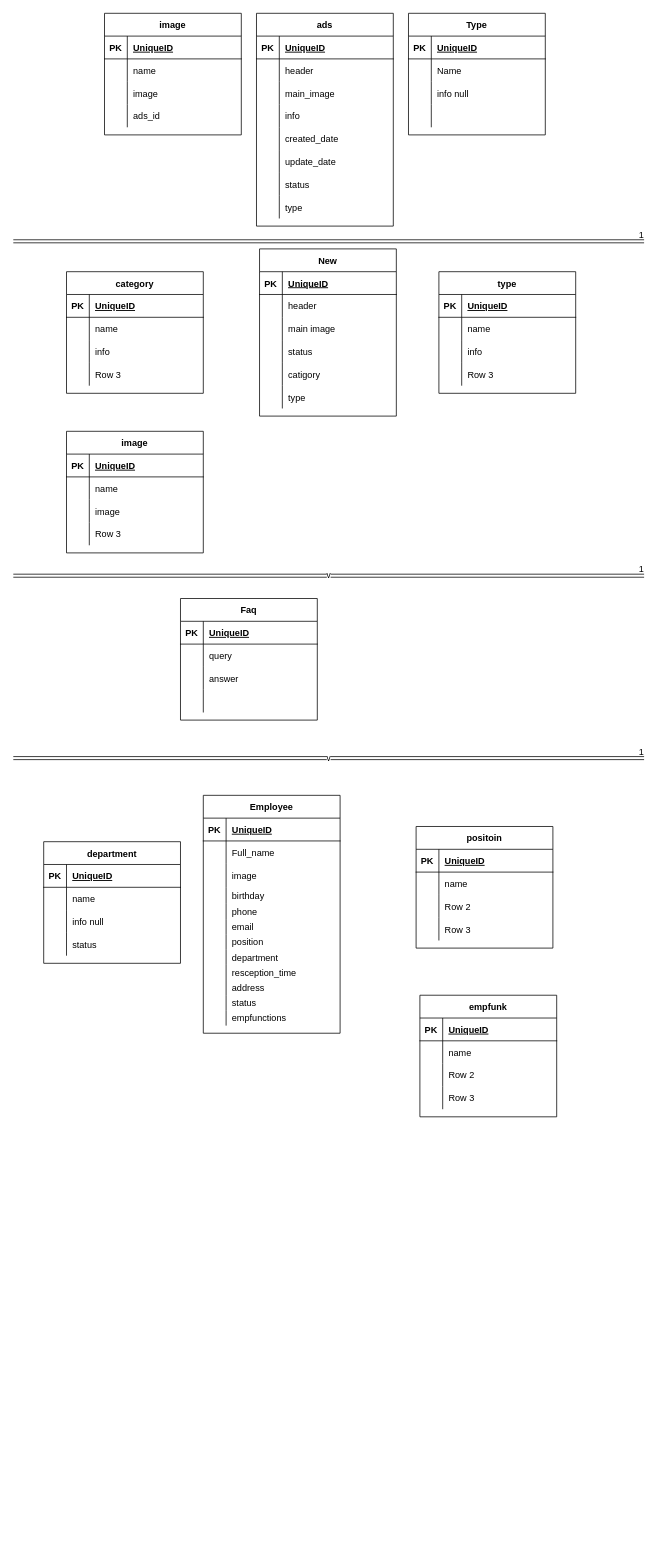
Above: page "aero" (4 of 4) of Untitled Diagram.drawio in Ramizddin/Games (draw.io), before the change. Source tidied: cells renumbered, new cells numbered last; positions are measured from the earlier drawing's top-left corner, leaving out a move shared by most shapes. Both pictures are drawn from the tidied source at 76%, with x=0, y=0 at pixel (13, 13).
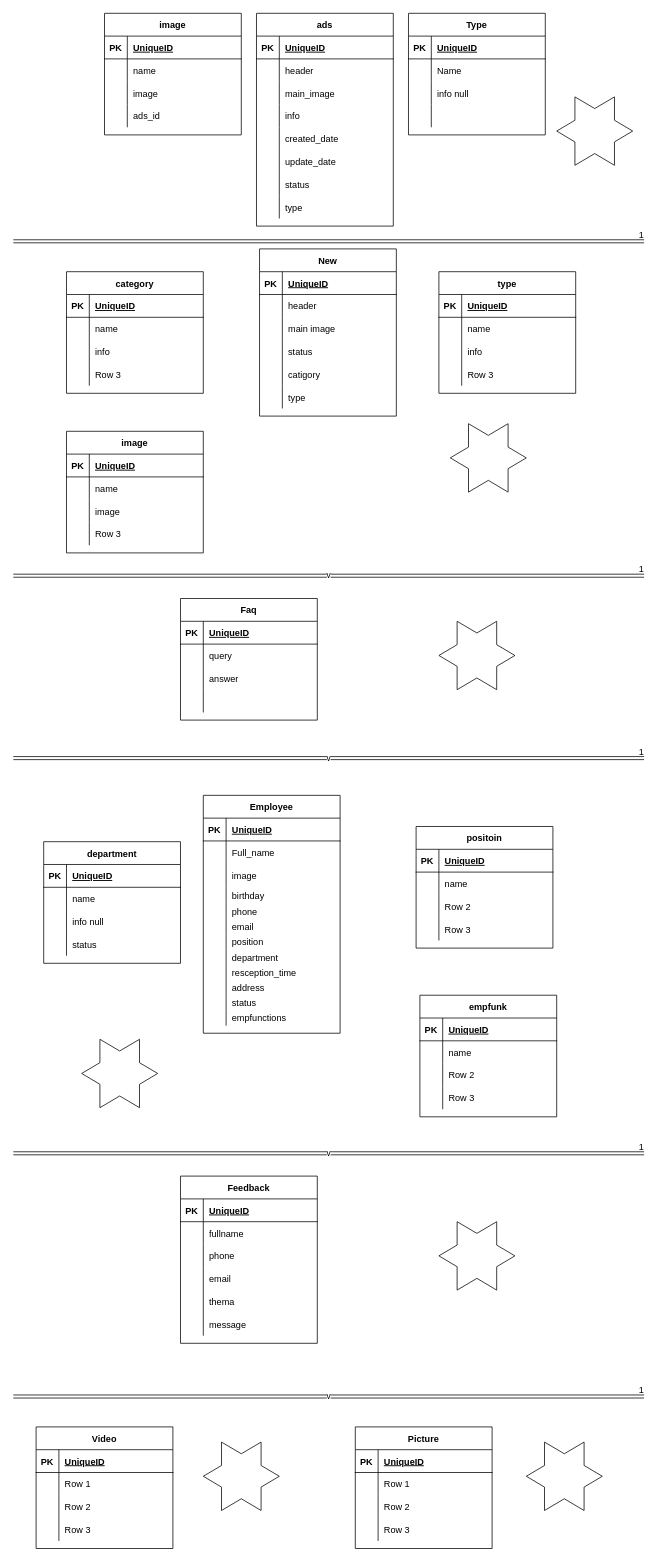
Above is the later version.

What changed in the source:
```diff
@@
+    <mxCell id="206" style="verticalLabelPosition=bottom;verticalAlign=top;html=1;shape=mxgraph.basic.6_point_star;" parent="1" vertex="1">
+      <mxGeometry x="715" y="110" width="100" height="90" as="geometry" />
+    </mxCell>
+    <mxCell id="207" style="verticalLabelPosition=bottom;verticalAlign=top;html=1;shape=mxgraph.basic.6_point_star;" parent="1" vertex="1">
+      <mxGeometry x="575" y="540" width="100" height="90" as="geometry" />
+    </mxCell>
+    <mxCell id="208" style="verticalLabelPosition=bottom;verticalAlign=top;html=1;shape=mxgraph.basic.6_point_star;" parent="1" vertex="1">
+      <mxGeometry x="560" y="800" width="100" height="90" as="geometry" />
+    </mxCell>
+    <mxCell id="209" value="Feedback" style="shape=table;startSize=30;childLayout=tableLayout;rowLines=0;fontStyle=1;align=center;" parent="1" vertex="1">
+      <mxGeometry x="220" y="1530" width="180" height="220" as="geometry" />
+    </mxCell>
+    <mxCell id="210" style="shape=tableRow;horizontal=0;startSize=0;swimlaneHead=0;swimlaneBody=0;fillColor=none;top=0;left=0;right=0;bottom=1;" parent="209" vertex="1">
+      <mxGeometry y="30" width="180" height="30" as="geometry" />
+    </mxCell>
+    <mxCell id="211" value="PK" style="shape=partialRectangle;fillColor=none;top=0;left=0;bottom=0;right=0;fontStyle=1;overflow=hidden;" parent="210" vertex="1">
+      <mxGeometry width="30" height="30" as="geometry" />
+    </mxCell>
+    <mxCell id="212" value="UniqueID" style="shape=partialRectangle;fillColor=none;top=0;left=0;bottom=0;right=0;align=left;spacingLeft=6;fontStyle=5;overflow=hidden;" parent="210" vertex="1">
+      <mxGeometry x="30" width="150" height="30" as="geometry" />
+    </mxCell>
+    <mxCell id="213" style="shape=tableRow;horizontal=0;startSize=0;swimlaneHead=0;swimlaneBody=0;fillColor=none;top=0;left=0;right=0;bottom=0;" parent="209" vertex="1">
+      <mxGeometry y="60" width="180" height="30" as="geometry" />
+    </mxCell>
+    <mxCell id="214" style="shape=partialRectangle;fillColor=none;top=0;left=0;bottom=0;right=0;overflow=hidden;" parent="213" vertex="1">
+      <mxGeometry width="30" height="30" as="geometry" />
+    </mxCell>
+    <mxCell id="215" value="fullname" style="shape=partialRectangle;fillColor=none;top=0;left=0;bottom=0;right=0;align=left;spacingLeft=6;overflow=hidden;" parent="213" vertex="1">
+      <mxGeometry x="30" width="150" height="30" as="geometry" />
+    </mxCell>
+    <mxCell id="216" style="shape=tableRow;horizontal=0;startSize=0;swimlaneHead=0;swimlaneBody=0;fillColor=none;top=0;left=0;right=0;bottom=0;" parent="209" vertex="1">
+      <mxGeometry y="90" width="180" height="30" as="geometry" />
+    </mxCell>
+    <mxCell id="217" style="shape=partialRectangle;fillColor=none;top=0;left=0;bottom=0;right=0;overflow=hidden;" parent="216" vertex="1">
+      <mxGeometry width="30" height="30" as="geometry" />
+    </mxCell>
+    <mxCell id="218" value="phone" style="shape=partialRectangle;fillColor=none;top=0;left=0;bottom=0;right=0;align=left;spacingLeft=6;overflow=hidden;" parent="216" vertex="1">
+      <mxGeometry x="30" width="150" height="30" as="geometry" />
+    </mxCell>
+    <mxCell id="219" style="shape=tableRow;horizontal=0;startSize=0;swimlaneHead=0;swimlaneBody=0;fillColor=none;top=0;left=0;right=0;bottom=0;" parent="209" vertex="1">
+      <mxGeometry y="120" width="180" height="30" as="geometry" />
+    </mxCell>
+    <mxCell id="220" style="shape=partialRectangle;fillColor=none;top=0;left=0;bottom=0;right=0;overflow=hidden;" parent="219" vertex="1">
+      <mxGeometry width="30" height="30" as="geometry" />
+    </mxCell>
+    <mxCell id="221" value="email" style="shape=partialRectangle;fillColor=none;top=0;left=0;bottom=0;right=0;align=left;spacingLeft=6;overflow=hidden;" parent="219" vertex="1">
+      <mxGeometry x="30" width="150" height="30" as="geometry" />
+    </mxCell>
+    <mxCell id="222" style="shape=tableRow;horizontal=0;startSize=0;swimlaneHead=0;swimlaneBody=0;fillColor=none;top=0;left=0;right=0;bottom=0;" parent="209" vertex="1">
+      <mxGeometry y="150" width="180" height="30" as="geometry" />
+    </mxCell>
+    <mxCell id="223" style="shape=partialRectangle;fillColor=none;top=0;left=0;bottom=0;right=0;overflow=hidden;" parent="222" vertex="1">
+      <mxGeometry width="30" height="30" as="geometry" />
+    </mxCell>
+    <mxCell id="224" value="thema" style="shape=partialRectangle;fillColor=none;top=0;left=0;bottom=0;right=0;align=left;spacingLeft=6;overflow=hidden;" parent="222" vertex="1">
+      <mxGeometry x="30" width="150" height="30" as="geometry" />
+    </mxCell>
+    <mxCell id="225" style="shape=tableRow;horizontal=0;startSize=0;swimlaneHead=0;swimlaneBody=0;fillColor=none;top=0;left=0;right=0;bottom=0;" parent="209" vertex="1">
+      <mxGeometry y="180" width="180" height="30" as="geometry" />
+    </mxCell>
+    <mxCell id="226" style="shape=partialRectangle;fillColor=none;top=0;left=0;bottom=0;right=0;overflow=hidden;" parent="225" vertex="1">
+      <mxGeometry width="30" height="30" as="geometry" />
+    </mxCell>
+    <mxCell id="227" value="message" style="shape=partialRectangle;fillColor=none;top=0;left=0;bottom=0;right=0;align=left;spacingLeft=6;overflow=hidden;" parent="225" vertex="1">
+      <mxGeometry x="30" width="150" height="30" as="geometry" />
+    </mxCell>
+    <mxCell id="228" value="v" style="shape=link;html=1;rounded=0;" parent="1" edge="1">
+      <mxGeometry relative="1" as="geometry">
+        <mxPoint y="1500" as="sourcePoint" />
+        <mxPoint x="830" y="1500" as="targetPoint" />
+      </mxGeometry>
+    </mxCell>
+    <mxCell id="229" value="1" style="html=1;align=right;verticalAlign=bottom;" parent="228" vertex="1">
+      <mxGeometry x="1" relative="1" as="geometry" />
+    </mxCell>
+    <mxCell id="230" style="verticalLabelPosition=bottom;verticalAlign=top;html=1;shape=mxgraph.basic.6_point_star;" parent="1" vertex="1">
+      <mxGeometry x="560" y="1590" width="100" height="90" as="geometry" />
+    </mxCell>
+    <mxCell id="231" value="v" style="shape=link;html=1;rounded=0;" parent="1" edge="1">
+      <mxGeometry relative="1" as="geometry">
+        <mxPoint y="1820" as="sourcePoint" />
+        <mxPoint x="830" y="1820" as="targetPoint" />
+      </mxGeometry>
+    </mxCell>
+    <mxCell id="232" value="1" style="html=1;align=right;verticalAlign=bottom;" parent="231" vertex="1">
+      <mxGeometry x="1" relative="1" as="geometry" />
+    </mxCell>
+    <mxCell id="233" value="Video" style="shape=table;startSize=30;childLayout=tableLayout;rowLines=0;fontStyle=1;align=center;" parent="1" vertex="1">
+      <mxGeometry x="30" y="1860" width="180" height="160" as="geometry" />
+    </mxCell>
+    <mxCell id="234" style="shape=tableRow;horizontal=0;startSize=0;swimlaneHead=0;swimlaneBody=0;fillColor=none;top=0;left=0;right=0;bottom=1;" parent="233" vertex="1">
+      <mxGeometry y="30" width="180" height="30" as="geometry" />
+    </mxCell>
+    <mxCell id="235" value="PK" style="shape=partialRectangle;fillColor=none;top=0;left=0;bottom=0;right=0;fontStyle=1;overflow=hidden;" parent="234" vertex="1">
+      <mxGeometry width="30" height="30" as="geometry" />
+    </mxCell>
+    <mxCell id="236" value="UniqueID" style="shape=partialRectangle;fillColor=none;top=0;left=0;bottom=0;right=0;align=left;spacingLeft=6;fontStyle=5;overflow=hidden;" parent="234" vertex="1">
+      <mxGeometry x="30" width="150" height="30" as="geometry" />
+    </mxCell>
+    <mxCell id="237" style="shape=tableRow;horizontal=0;startSize=0;swimlaneHead=0;swimlaneBody=0;fillColor=none;top=0;left=0;right=0;bottom=0;" parent="233" vertex="1">
+      <mxGeometry y="60" width="180" height="30" as="geometry" />
+    </mxCell>
+    <mxCell id="238" style="shape=partialRectangle;fillColor=none;top=0;left=0;bottom=0;right=0;overflow=hidden;" parent="237" vertex="1">
+      <mxGeometry width="30" height="30" as="geometry" />
+    </mxCell>
+    <mxCell id="239" value="Row 1" style="shape=partialRectangle;fillColor=none;top=0;left=0;bottom=0;right=0;align=left;spacingLeft=6;overflow=hidden;" parent="237" vertex="1">
+      <mxGeometry x="30" width="150" height="30" as="geometry" />
+    </mxCell>
+    <mxCell id="240" style="shape=tableRow;horizontal=0;startSize=0;swimlaneHead=0;swimlaneBody=0;fillColor=none;top=0;left=0;right=0;bottom=0;" parent="233" vertex="1">
+      <mxGeometry y="90" width="180" height="30" as="geometry" />
+    </mxCell>
+    <mxCell id="241" style="shape=partialRectangle;fillColor=none;top=0;left=0;bottom=0;right=0;overflow=hidden;" parent="240" vertex="1">
+      <mxGeometry width="30" height="30" as="geometry" />
+    </mxCell>
+    <mxCell id="242" value="Row 2" style="shape=partialRectangle;fillColor=none;top=0;left=0;bottom=0;right=0;align=left;spacingLeft=6;overflow=hidden;" parent="240" vertex="1">
+      <mxGeometry x="30" width="150" height="30" as="geometry" />
+    </mxCell>
+    <mxCell id="243" style="shape=tableRow;horizontal=0;startSize=0;swimlaneHead=0;swimlaneBody=0;fillColor=none;top=0;left=0;right=0;bottom=0;" parent="233" vertex="1">
+      <mxGeometry y="120" width="180" height="30" as="geometry" />
+    </mxCell>
+    <mxCell id="244" style="shape=partialRectangle;fillColor=none;top=0;left=0;bottom=0;right=0;overflow=hidden;" parent="243" vertex="1">
+      <mxGeometry width="30" height="30" as="geometry" />
+    </mxCell>
+    <mxCell id="245" value="Row 3" style="shape=partialRectangle;fillColor=none;top=0;left=0;bottom=0;right=0;align=left;spacingLeft=6;overflow=hidden;" parent="243" vertex="1">
+      <mxGeometry x="30" width="150" height="30" as="geometry" />
+    </mxCell>
+    <mxCell id="246" value="Picture" style="shape=table;startSize=30;childLayout=tableLayout;rowLines=0;fontStyle=1;align=center;" parent="1" vertex="1">
+      <mxGeometry x="450" y="1860" width="180" height="160" as="geometry" />
+    </mxCell>
+    <mxCell id="247" style="shape=tableRow;horizontal=0;startSize=0;swimlaneHead=0;swimlaneBody=0;fillColor=none;top=0;left=0;right=0;bottom=1;" parent="246" vertex="1">
+      <mxGeometry y="30" width="180" height="30" as="geometry" />
+    </mxCell>
+    <mxCell id="248" value="PK" style="shape=partialRectangle;fillColor=none;top=0;left=0;bottom=0;right=0;fontStyle=1;overflow=hidden;" parent="247" vertex="1">
+      <mxGeometry width="30" height="30" as="geometry" />
+    </mxCell>
+    <mxCell id="249" value="UniqueID" style="shape=partialRectangle;fillColor=none;top=0;left=0;bottom=0;right=0;align=left;spacingLeft=6;fontStyle=5;overflow=hidden;" parent="247" vertex="1">
+      <mxGeometry x="30" width="150" height="30" as="geometry" />
+    </mxCell>
+    <mxCell id="250" style="shape=tableRow;horizontal=0;startSize=0;swimlaneHead=0;swimlaneBody=0;fillColor=none;top=0;left=0;right=0;bottom=0;" parent="246" vertex="1">
+      <mxGeometry y="60" width="180" height="30" as="geometry" />
+    </mxCell>
+    <mxCell id="251" style="shape=partialRectangle;fillColor=none;top=0;left=0;bottom=0;right=0;overflow=hidden;" parent="250" vertex="1">
+      <mxGeometry width="30" height="30" as="geometry" />
+    </mxCell>
+    <mxCell id="252" value="Row 1" style="shape=partialRectangle;fillColor=none;top=0;left=0;bottom=0;right=0;align=left;spacingLeft=6;overflow=hidden;" parent="250" vertex="1">
+      <mxGeometry x="30" width="150" height="30" as="geometry" />
+    </mxCell>
+    <mxCell id="253" style="shape=tableRow;horizontal=0;startSize=0;swimlaneHead=0;swimlaneBody=0;fillColor=none;top=0;left=0;right=0;bottom=0;" parent="246" vertex="1">
+      <mxGeometry y="90" width="180" height="30" as="geometry" />
+    </mxCell>
+    <mxCell id="254" style="shape=partialRectangle;fillColor=none;top=0;left=0;bottom=0;right=0;overflow=hidden;" parent="253" vertex="1">
+      <mxGeometry width="30" height="30" as="geometry" />
+    </mxCell>
+    <mxCell id="255" value="Row 2" style="shape=partialRectangle;fillColor=none;top=0;left=0;bottom=0;right=0;align=left;spacingLeft=6;overflow=hidden;" parent="253" vertex="1">
+      <mxGeometry x="30" width="150" height="30" as="geometry" />
+    </mxCell>
+    <mxCell id="256" style="shape=tableRow;horizontal=0;startSize=0;swimlaneHead=0;swimlaneBody=0;fillColor=none;top=0;left=0;right=0;bottom=0;" parent="246" vertex="1">
+      <mxGeometry y="120" width="180" height="30" as="geometry" />
+    </mxCell>
+    <mxCell id="257" style="shape=partialRectangle;fillColor=none;top=0;left=0;bottom=0;right=0;overflow=hidden;" parent="256" vertex="1">
+      <mxGeometry width="30" height="30" as="geometry" />
+    </mxCell>
+    <mxCell id="258" value="Row 3" style="shape=partialRectangle;fillColor=none;top=0;left=0;bottom=0;right=0;align=left;spacingLeft=6;overflow=hidden;" parent="256" vertex="1">
+      <mxGeometry x="30" width="150" height="30" as="geometry" />
+    </mxCell>
+    <mxCell id="259" style="verticalLabelPosition=bottom;verticalAlign=top;html=1;shape=mxgraph.basic.6_point_star;" parent="1" vertex="1">
+      <mxGeometry x="250" y="1880" width="100" height="90" as="geometry" />
+    </mxCell>
+    <mxCell id="260" style="verticalLabelPosition=bottom;verticalAlign=top;html=1;shape=mxgraph.basic.6_point_star;" parent="1" vertex="1">
+      <mxGeometry x="675" y="1880" width="100" height="90" as="geometry" />
+    </mxCell>
+    <mxCell id="261" style="verticalLabelPosition=bottom;verticalAlign=top;html=1;shape=mxgraph.basic.6_point_star;" parent="1" vertex="1">
+      <mxGeometry x="90" y="1350" width="100" height="90" as="geometry" />
+    </mxCell>
```
